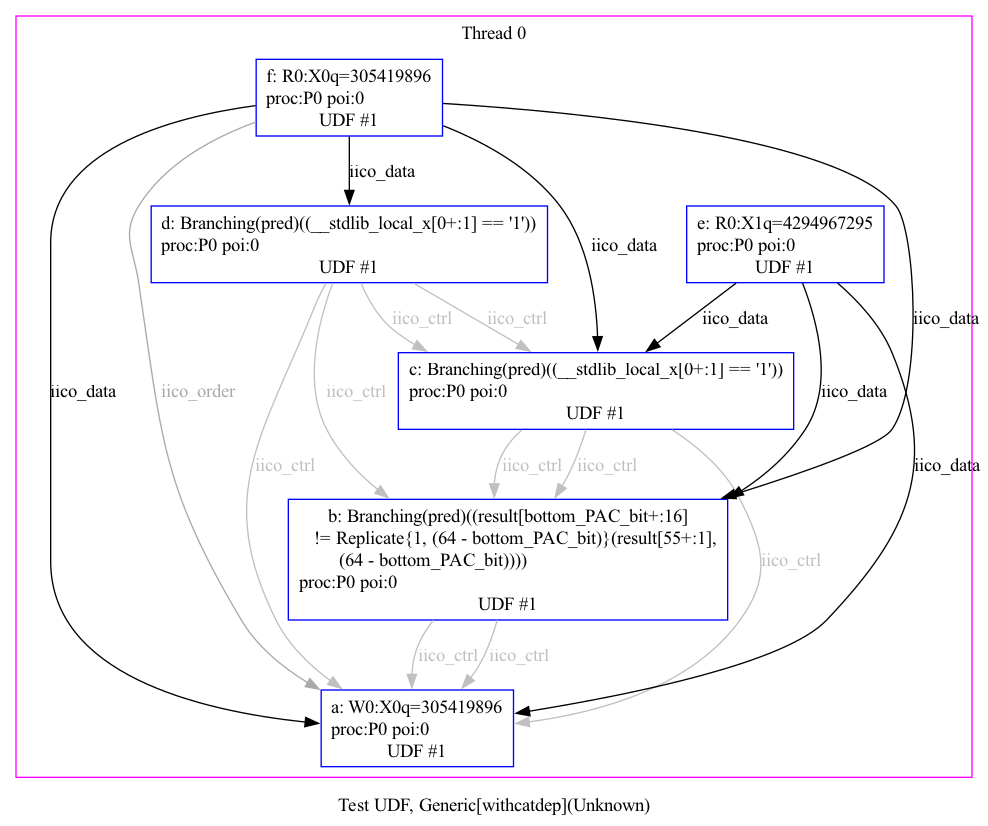
Before: pac_tests/notes/fpac_with_result_eq_result_success.png, a diagram exported from Graphviz (herd/herdtools7). Its source is kept beside it as pac_tests/notes/fpac_with_result_eq_result_success.dot.
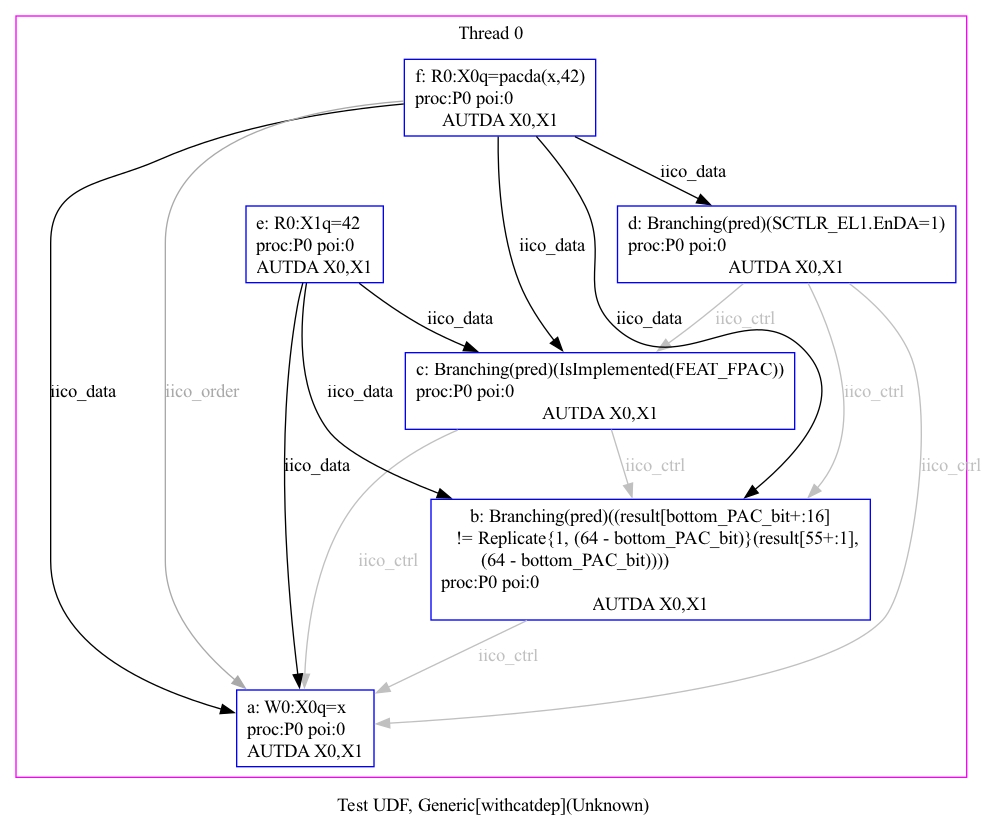
Above is the later version.

Diff of the diagram source:
```diff
@@ -7,14 +7,14 @@
 
 /* the unlocked events */
 subgraph cluster_proc0 { rank=sink; label = "Thread 0"; color=magenta; shape=box;
-eiid0 [label="a: W0:X0q=305419896\lproc:P0 poi:0\lUDF #1", shape="box", color="blue"];
+eiid0 [label="a: W0:X0q=x\lproc:P0 poi:0\lAUTDA X0,X1", shape="box", color="blue"];
 eiid1 [label="b: Branching(pred)((result[bottom_PAC_bit+:16]
    != Replicate{1, (64 - bottom_PAC_bit)}(result[55+:1],
-        (64 - bottom_PAC_bit))))\lproc:P0 poi:0\lUDF #1", shape="box", color="blue"];
-eiid2 [label="c: Branching(pred)((__stdlib_local_x[0+:1] == '1'))\lproc:P0 poi:0\lUDF #1", shape="box", color="blue"];
-eiid3 [label="d: Branching(pred)((__stdlib_local_x[0+:1] == '1'))\lproc:P0 poi:0\lUDF #1", shape="box", color="blue"];
-eiid4 [label="e: R0:X1q=4294967295\lproc:P0 poi:0\lUDF #1", shape="box", color="blue"];
-eiid5 [label="f: R0:X0q=305419896\lproc:P0 poi:0\lUDF #1", shape="box", color="blue"];
+        (64 - bottom_PAC_bit))))\lproc:P0 poi:0\lAUTDA X0,X1", shape="box", color="blue"];
+eiid2 [label="c: Branching(pred)(IsImplemented(FEAT_FPAC))\lproc:P0 poi:0\lAUTDA X0,X1", shape="box", color="blue"];
+eiid3 [label="d: Branching(pred)(SCTLR_EL1.EnDA=1)\lproc:P0 poi:0\lAUTDA X0,X1", shape="box", color="blue"];
+eiid4 [label="e: R0:X1q=42\lproc:P0 poi:0\lAUTDA X0,X1", shape="box", color="blue"];
+eiid5 [label="f: R0:X0q=pacda(x,42)\lproc:P0 poi:0\lAUTDA X0,X1", shape="box", color="blue"];
 }
 
 /* the intra_causality_data edges */
@@ -35,13 +35,4 @@
 eiid3 -> eiid1 [label="iico_ctrl", color="grey", fontcolor="grey"];
 eiid3 -> eiid2 [label="iico_ctrl", color="grey", fontcolor="grey"];
 eiid5 -> eiid0 [label="iico_order", color="darkgrey", fontcolor="darkgrey"];
-
-/* the poi edges */
-/* the rfmap edges */
-
-
-/* The viewed-before edges */
-eiid1 -> eiid0 [label="iico_ctrl", color="grey", fontcolor="grey"];
-eiid2 -> eiid1 [label="iico_ctrl", color="grey", fontcolor="grey"];
-eiid3 -> eiid2 [label="iico_ctrl", color="grey", fontcolor="grey"];
 }
```
